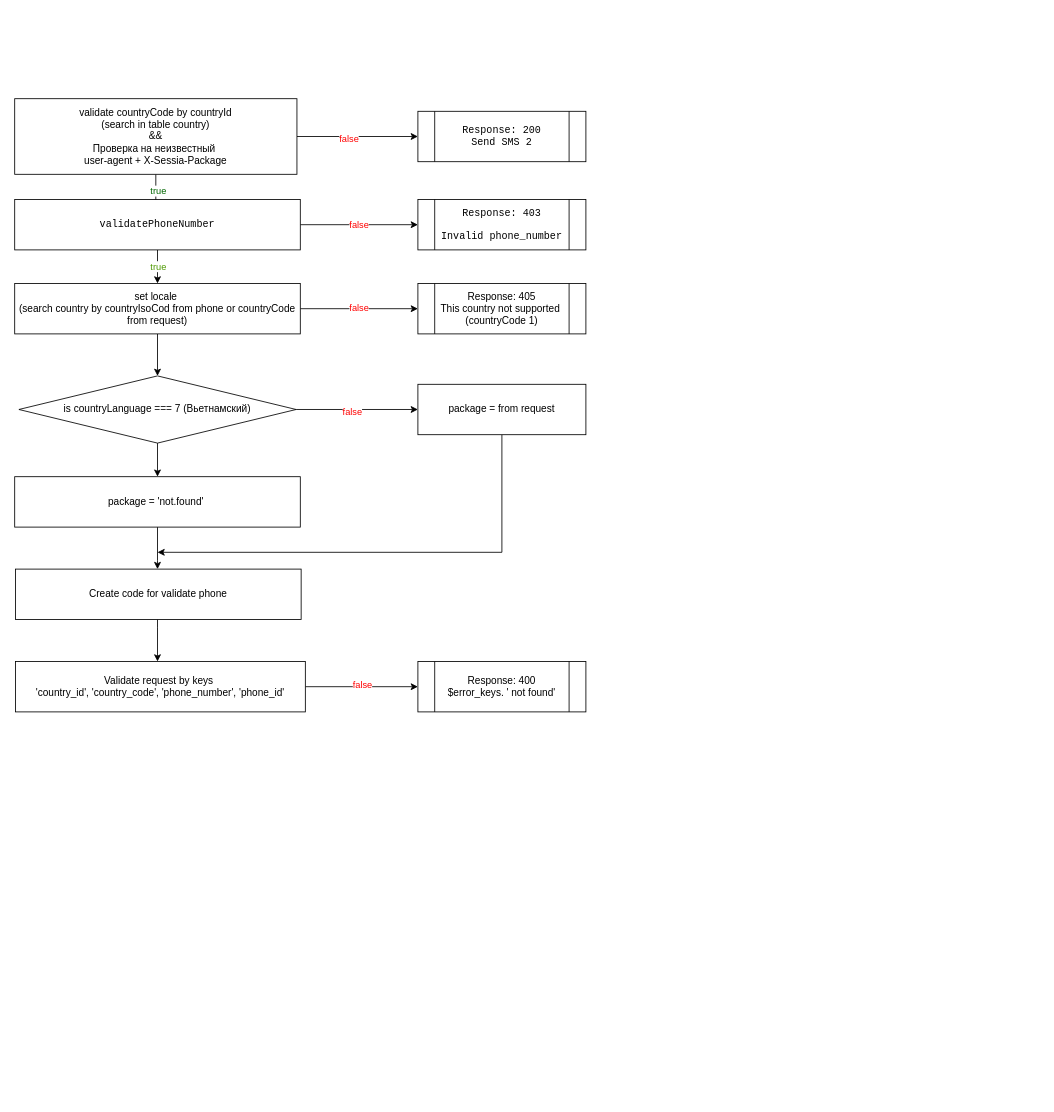
Before: PhoneGrantExtension.checkGrantExtension..drawio in dixmod/test, a draw.io diagram. Source tidied: cells renumbered, new cells numbered last; positions are measured from the earlier drawing's top-left corner, leaving out a move shared by most shapes. Both pictures are drawn from the tidied source at 84%, with x=0, y=0 at pixel (14, 98).
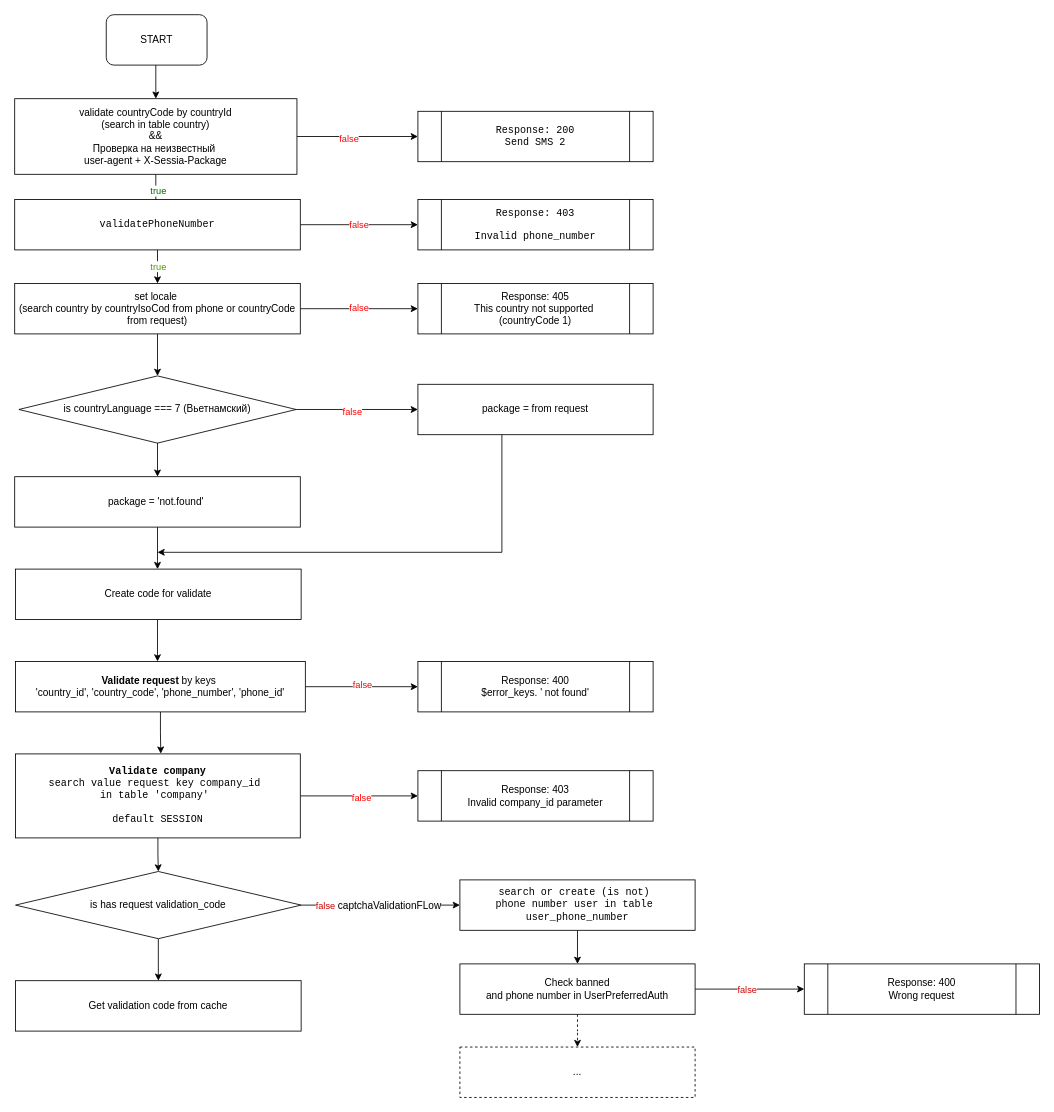
After the change.

The change refers to these unchanged cells:
```xml
<mxCell id="6" value="validate countryCode by&amp;nbsp;countryId &lt;br&gt;(search in table&amp;nbsp;country&lt;span style=&quot;background-color: initial;&quot;&gt;)&lt;br&gt;&lt;/span&gt;&amp;amp;&amp;amp;&lt;br&gt;&lt;span style=&quot;background-color: initial;&quot;&gt;Проверка на неизвестный&amp;nbsp;&lt;br&gt;&lt;/span&gt;&lt;span style=&quot;background-color: initial;&quot;&gt;user-agent + X-Sessia-Package&lt;/span&gt;" style="rounded=0;whiteSpace=wrap;html=1;align=center;" parent="1" vertex="1">
  <mxGeometry width="336" height="90" as="geometry" />
</mxCell>
```

Diff of the diagram source:
```diff
@@
     <mxCell id="7" value="&lt;div style=&quot;&quot;&gt;&lt;pre style=&quot;&quot;&gt;Response: 200&lt;br&gt;Send SMS 2&lt;/pre&gt;&lt;/div&gt;" style="shape=process;whiteSpace=wrap;html=1;backgroundOutline=1;" parent="1" vertex="1">
-      <mxGeometry x="480" y="15" width="200" height="60" as="geometry" />
+      <mxGeometry x="480" y="15" width="280" height="60" as="geometry" />
     </mxCell>
@@
     <mxCell id="13" value="&lt;div style=&quot;&quot;&gt;&lt;pre style=&quot;&quot;&gt;Response: 403&lt;br&gt;&lt;div style=&quot;&quot;&gt;&lt;pre style=&quot;&quot;&gt;Invalid phone_number&lt;/pre&gt;&lt;/div&gt;&lt;/pre&gt;&lt;/div&gt;" style="shape=process;whiteSpace=wrap;html=1;backgroundOutline=1;" parent="1" vertex="1">
-      <mxGeometry x="480" y="120" width="200" height="60" as="geometry" />
+      <mxGeometry x="480" y="120" width="280" height="60" as="geometry" />
     </mxCell>
@@
     <mxCell id="18" value="Response: 405&lt;br&gt;&lt;span style=&quot;background-color: initial;&quot;&gt;This country not supported&amp;nbsp;&lt;br&gt;&lt;/span&gt;&lt;span style=&quot;background-color: initial;&quot;&gt;(countryCode 1)&lt;/span&gt;" style="shape=process;whiteSpace=wrap;html=1;backgroundOutline=1;align=center;" parent="1" vertex="1">
-      <mxGeometry x="480" y="220" width="200" height="60" as="geometry" />
+      <mxGeometry x="480" y="220" width="280" height="60" as="geometry" />
     </mxCell>
@@
     <mxCell id="20" value="&lt;span style=&quot;background-color: initial;&quot;&gt;package = from request&lt;/span&gt;" style="rounded=0;whiteSpace=wrap;html=1;" parent="1" vertex="1">
-      <mxGeometry x="480" y="340" width="200" height="60" as="geometry" />
+      <mxGeometry x="480" y="340" width="280" height="60" as="geometry" />
     </mxCell>
@@
-    <mxCell id="28" value="Create code for validate phone" style="rounded=0;whiteSpace=wrap;html=1;" parent="1" vertex="1">
+    <mxCell id="28" value="Create code for validate" style="rounded=0;whiteSpace=wrap;html=1;" parent="1" vertex="1">
       <mxGeometry x="1" y="560" width="340" height="60" as="geometry" />
     </mxCell>
@@
+    <mxCell id="33" style="edgeStyle=orthogonalEdgeStyle;rounded=0;jettySize=auto;html=1;entryX=0.51;entryY=-0.003;entryDx=0;entryDy=0;entryPerimeter=0;" parent="1" edge="1" source="31" target="37">
+      <mxGeometry relative="1" as="geometry" />
+    </mxCell>
-    <mxCell id="31" value="Validate request by keys&amp;nbsp;&lt;br&gt;&lt;span style=&quot;background-color: initial;&quot;&gt;'country_id'&lt;/span&gt;&lt;span style=&quot;background-color: initial;&quot;&gt;, &lt;/span&gt;&lt;span style=&quot;background-color: initial;&quot;&gt;'country_code'&lt;/span&gt;&lt;span style=&quot;background-color: initial;&quot;&gt;, &lt;/span&gt;&lt;span style=&quot;background-color: initial;&quot;&gt;'phone_number'&lt;/span&gt;&lt;span style=&quot;background-color: initial;&quot;&gt;, &lt;/span&gt;&lt;span style=&quot;background-color: initial;&quot;&gt;'phone_id'&lt;/span&gt;" style="rounded=0;whiteSpace=wrap;html=1;align=center;" parent="1" vertex="1">
+    <mxCell id="31" value="&lt;b&gt;Validate request&lt;/b&gt; by keys&amp;nbsp;&lt;br&gt;&lt;span style=&quot;background-color: initial;&quot;&gt;'country_id'&lt;/span&gt;&lt;span style=&quot;background-color: initial;&quot;&gt;, &lt;/span&gt;&lt;span style=&quot;background-color: initial;&quot;&gt;'country_code'&lt;/span&gt;&lt;span style=&quot;background-color: initial;&quot;&gt;, &lt;/span&gt;&lt;span style=&quot;background-color: initial;&quot;&gt;'phone_number'&lt;/span&gt;&lt;span style=&quot;background-color: initial;&quot;&gt;, &lt;/span&gt;&lt;span style=&quot;background-color: initial;&quot;&gt;'phone_id'&lt;/span&gt;" style="rounded=0;whiteSpace=wrap;html=1;align=center;" parent="1" vertex="1">
       <mxGeometry x="1" y="670" width="345" height="60" as="geometry" />
     </mxCell>
     <mxCell id="32" value="Response: 400&lt;br&gt;&lt;span style=&quot;background-color: initial;&quot;&gt;$error_keys. ' not found'&lt;/span&gt;" style="shape=process;whiteSpace=wrap;html=1;backgroundOutline=1;align=center;" parent="1" vertex="1">
-      <mxGeometry x="480" y="670" width="200" height="60" as="geometry" />
+      <mxGeometry x="480" y="670" width="280" height="60" as="geometry" />
     </mxCell>
+    <mxCell id="34" style="edgeStyle=orthogonalEdgeStyle;rounded=0;jettySize=auto;html=1;entryX=0;entryY=0.5;entryDx=0;entryDy=0;" parent="1" edge="1" source="37" target="38">
+      <mxGeometry relative="1" as="geometry" />
+    </mxCell>
+    <mxCell id="35" value="&lt;font color=&quot;#ff0000&quot;&gt;false&lt;/font&gt;" style="edgeLabel;html=1;align=center;verticalAlign=middle;" parent="34" vertex="1">
+      <mxGeometry x="0.03" y="-1" relative="1" as="geometry" />
+    </mxCell>
+    <mxCell id="36" style="edgeStyle=orthogonalEdgeStyle;rounded=0;jettySize=auto;html=1;" parent="1" edge="1" source="37" target="42">
+      <mxGeometry relative="1" as="geometry" />
+    </mxCell>
+    <mxCell id="37" value="&lt;div style=&quot;&quot;&gt;&lt;pre style=&quot;&quot;&gt;&lt;b&gt;Validate company&lt;/b&gt;&lt;br&gt;search value request key company_id &lt;br&gt;in table 'company' &lt;br/&gt;&lt;br&gt;default SESSION&lt;/pre&gt;&lt;/div&gt;" style="rounded=0;whiteSpace=wrap;html=1;" parent="1" vertex="1">
+      <mxGeometry x="1" y="780" width="339" height="100" as="geometry" />
+    </mxCell>
+    <mxCell id="38" value="Response: 403&lt;br&gt;&lt;span style=&quot;background-color: initial;&quot;&gt;Invalid company_id parameter&lt;/span&gt;" style="shape=process;whiteSpace=wrap;html=1;backgroundOutline=1;align=center;" parent="1" vertex="1">
+      <mxGeometry x="480" y="800" width="280" height="60" as="geometry" />
+    </mxCell>
+    <mxCell id="39" style="edgeStyle=orthogonalEdgeStyle;rounded=0;jettySize=auto;html=1;" parent="1" edge="1" source="42" target="44">
+      <mxGeometry relative="1" as="geometry" />
+    </mxCell>
+    <mxCell id="40" value="&lt;font color=&quot;#cc0000&quot;&gt;false&amp;nbsp;&lt;/font&gt;&lt;span style=&quot;background-color: rgb(251, 251, 251); font-size: 12px;&quot;&gt;captchaValidationFLow&lt;/span&gt;" style="edgeLabel;html=1;align=center;verticalAlign=middle;" parent="39" vertex="1">
+      <mxGeometry x="-0.04" relative="1" as="geometry" />
+    </mxCell>
+    <mxCell id="41" style="edgeStyle=orthogonalEdgeStyle;rounded=0;jettySize=auto;html=1;" parent="1" edge="1" source="42" target="45">
+      <mxGeometry relative="1" as="geometry" />
+    </mxCell>
+    <mxCell id="42" value="is has request&amp;nbsp;validation_code" style="rhombus;whiteSpace=wrap;html=1;" parent="1" vertex="1">
+      <mxGeometry x="1" y="920" width="340" height="80" as="geometry" />
+    </mxCell>
+    <mxCell id="43" style="edgeStyle=orthogonalEdgeStyle;rounded=0;jettySize=auto;html=1;" parent="1" edge="1" source="44" target="49">
+      <mxGeometry relative="1" as="geometry" />
+    </mxCell>
+    <mxCell id="44" value="&lt;div style=&quot;&quot;&gt;&lt;pre style=&quot;&quot;&gt;search or create (is not) &lt;br&gt;phone number user in table &lt;br/&gt;user_phone_number&lt;/pre&gt;&lt;/div&gt;" style="rounded=0;whiteSpace=wrap;html=1;" parent="1" vertex="1">
+      <mxGeometry x="530" y="930" width="280" height="60" as="geometry" />
+    </mxCell>
+    <mxCell id="45" value="Get validation code from cache" style="rounded=0;whiteSpace=wrap;html=1;" parent="1" vertex="1">
+      <mxGeometry x="1" y="1050" width="340" height="60" as="geometry" />
+    </mxCell>
+    <mxCell id="46" style="edgeStyle=orthogonalEdgeStyle;rounded=0;jettySize=auto;html=1;entryX=0;entryY=0.5;entryDx=0;entryDy=0;" parent="1" edge="1" source="49" target="50">
+      <mxGeometry relative="1" as="geometry" />
+    </mxCell>
+    <mxCell id="47" value="&lt;font color=&quot;#cc0000&quot;&gt;false&lt;/font&gt;" style="edgeLabel;html=1;align=center;verticalAlign=middle;" parent="46" vertex="1">
+      <mxGeometry x="-0.06" relative="1" as="geometry" />
+    </mxCell>
+    <mxCell id="48" style="edgeStyle=orthogonalEdgeStyle;rounded=0;jettySize=auto;html=1;dashed=1;" parent="1" edge="1" source="49" target="51">
+      <mxGeometry relative="1" as="geometry" />
+    </mxCell>
+    <mxCell id="49" value="Check banned&lt;br&gt;and phone number in&amp;nbsp;UserPreferredAuth" style="rounded=0;whiteSpace=wrap;html=1;align=center;" parent="1" vertex="1">
+      <mxGeometry x="530" y="1030" width="280" height="60" as="geometry" />
+    </mxCell>
+    <mxCell id="50" value="Response: 400&lt;br&gt;&lt;span style=&quot;background-color: initial;&quot;&gt;Wrong request&lt;/span&gt;" style="shape=process;whiteSpace=wrap;html=1;backgroundOutline=1;align=center;" parent="1" vertex="1">
+      <mxGeometry x="940" y="1030" width="280" height="60" as="geometry" />
+    </mxCell>
+    <mxCell id="51" value="..." style="rounded=0;whiteSpace=wrap;html=1;dashed=1;" parent="1" vertex="1">
+      <mxGeometry x="530" y="1129" width="280" height="60" as="geometry" />
+    </mxCell>
+    <mxCell id="52" style="endArrow=classic;html=1;rounded=0;entryX=0.5;entryY=0;entryDx=0;entryDy=0;" parent="1" edge="1" target="6">
+      <mxGeometry relative="1" as="geometry">
+        <mxPoint x="168" y="-40" as="sourcePoint" />
+      </mxGeometry>
+    </mxCell>
+    <mxCell id="53" value="START" style="rounded=1;whiteSpace=wrap;html=1;" parent="1" vertex="1">
+      <mxGeometry x="109" y="-100" width="120" height="60" as="geometry" />
+    </mxCell>
```
